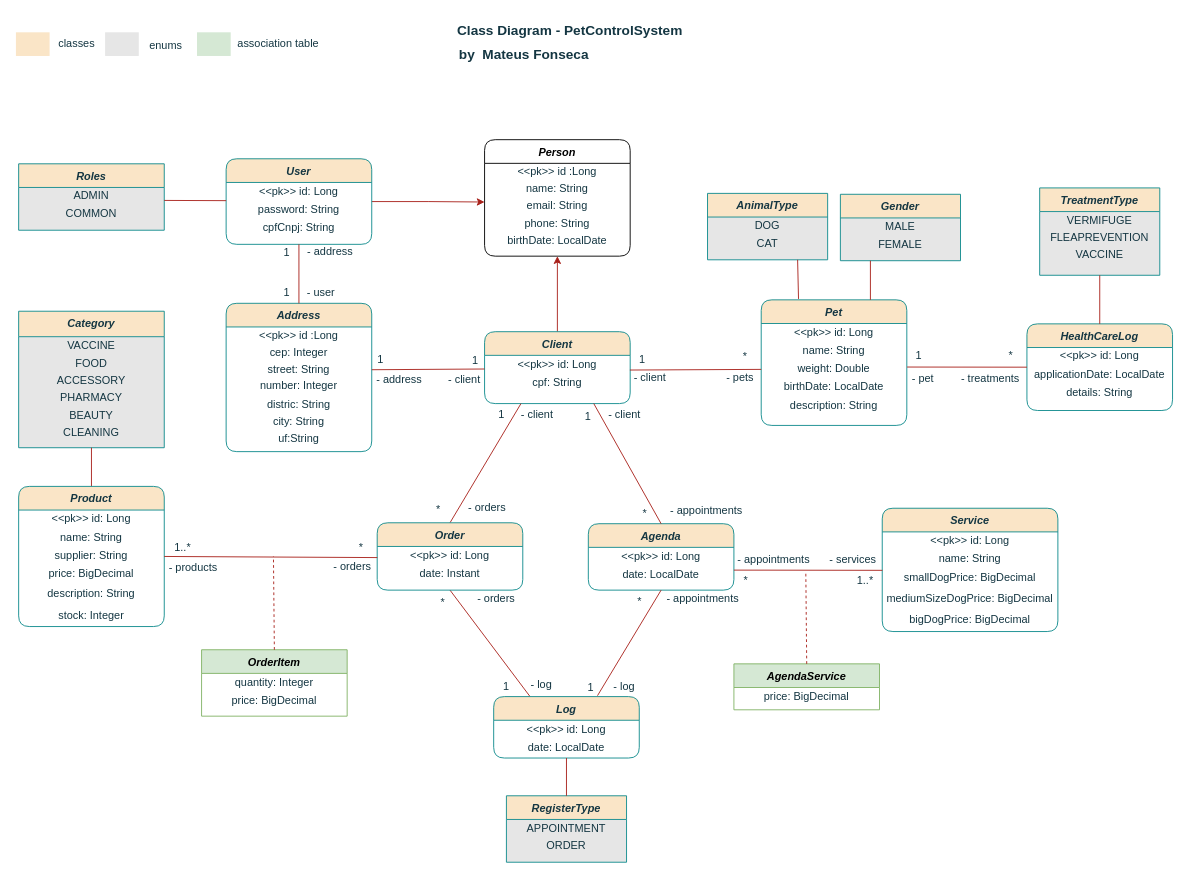
Earlier version of the draw.io diagram diagrams/class-diagram.drawio (mateusf-prog/petcontrol-system). Source tidied: cells renumbered, new cells numbered last; positions are measured from the earlier drawing's top-left corner, leaving out a move shared by most shapes. Both pictures are drawn from the tidied source at 91%, with x=0, y=0 at pixel (15, 15).
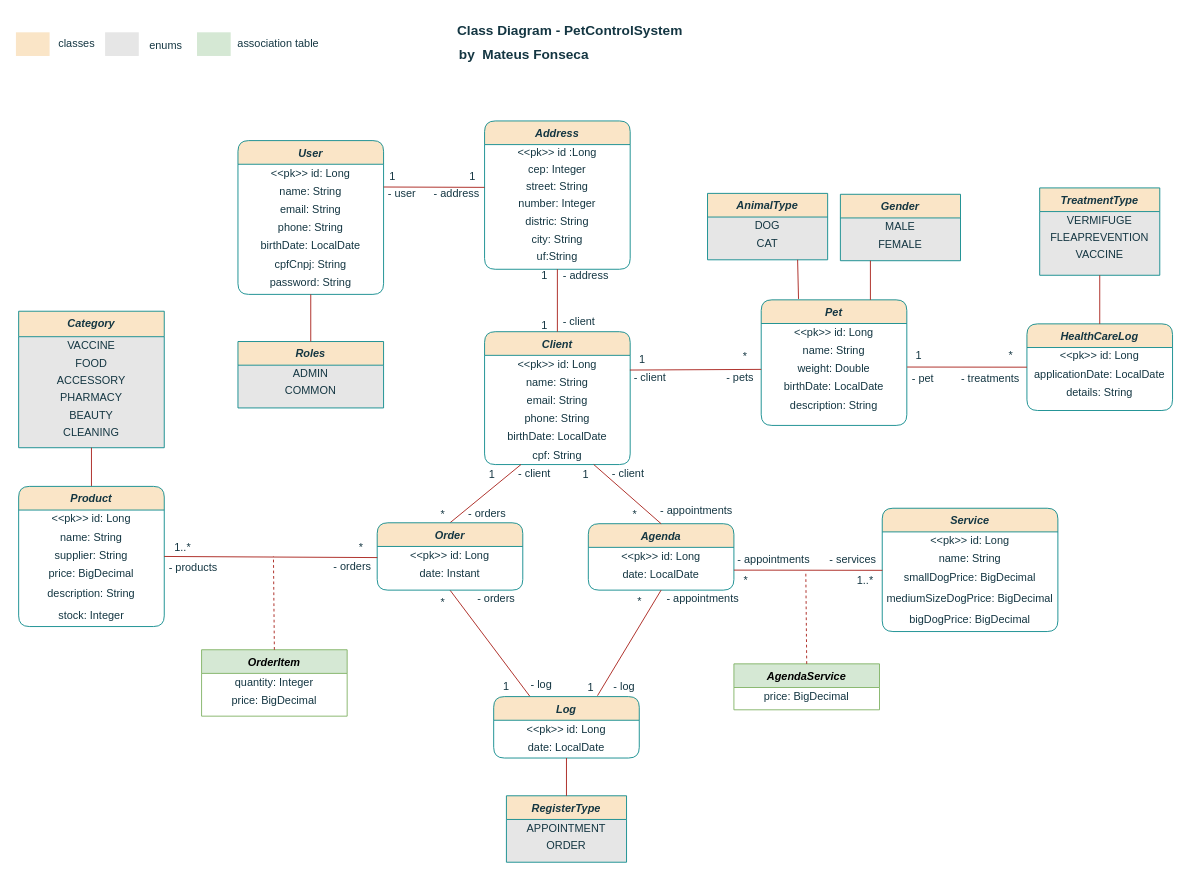
The same page after the edit.

Commit message (it also covers changes not shown here):
updated diagrams without Person

Unchanged cells that the change refers to:
```xml
<mxCell id="24" value="&amp;lt;&amp;lt;pk&amp;gt;&amp;gt; id: Long" style="text;html=1;align=center;verticalAlign=middle;whiteSpace=wrap;rounded=1;labelBackgroundColor=none;fontColor=#143642;" parent="23" vertex="1">
  <mxGeometry y="26" width="160" height="20" as="geometry" />
</mxCell>
<mxCell id="59" value="ADMIN" style="text;html=1;align=center;verticalAlign=middle;whiteSpace=wrap;rounded=1;labelBackgroundColor=none;fontColor=#143642;" parent="58" vertex="1">
  <mxGeometry y="26" width="160" height="19" as="geometry" />
</mxCell>
<mxCell id="108" value="street: String" style="text;html=1;align=center;verticalAlign=middle;whiteSpace=wrap;rounded=1;labelBackgroundColor=none;fontColor=#143642;" parent="105" vertex="1">
  <mxGeometry y="64" width="160" height="18" as="geometry" />
</mxCell>
```

Change to the diagram source:
```diff
@@
-    <mxCell id="11" value="Person" style="swimlane;fontStyle=3;align=center;verticalAlign=top;horizontal=1;startSize=26;rounded=1;shadow=0;strokeWidth=1;labelBackgroundColor=none;swimlaneFillColor=none;" parent="1" vertex="1">
-      <mxGeometry x="515" y="136" width="160" height="128" as="geometry" />
-    </mxCell>
-    <mxCell id="12" value="&amp;lt;&amp;lt;pk&amp;gt;&amp;gt; id :Long" style="text;html=1;align=center;verticalAlign=middle;whiteSpace=wrap;rounded=1;labelBackgroundColor=none;fontColor=#143642;" parent="11" vertex="1">
-      <mxGeometry y="26" width="160" height="18" as="geometry" />
-    </mxCell>
-    <mxCell id="13" value="name: String" style="text;html=1;align=center;verticalAlign=middle;whiteSpace=wrap;rounded=1;labelBackgroundColor=none;fontColor=#143642;" parent="11" vertex="1">
-      <mxGeometry y="44" width="160" height="20" as="geometry" />
-    </mxCell>
-    <mxCell id="14" value="email: String" style="text;html=1;align=center;verticalAlign=middle;whiteSpace=wrap;rounded=1;labelBackgroundColor=none;fontColor=#143642;" parent="11" vertex="1">
-      <mxGeometry y="64" width="160" height="18" as="geometry" />
-    </mxCell>
-    <mxCell id="15" value="phone: String" style="text;html=1;align=center;verticalAlign=middle;whiteSpace=wrap;rounded=1;labelBackgroundColor=none;fontColor=#143642;" parent="11" vertex="1">
-      <mxGeometry y="82" width="160" height="19" as="geometry" />
-    </mxCell>
-    <mxCell id="16" value="birthDate: LocalDate" style="text;html=1;align=center;verticalAlign=middle;whiteSpace=wrap;rounded=1;labelBackgroundColor=none;fontColor=#143642;" parent="11" vertex="1">
-      <mxGeometry y="101" width="160" height="20" as="geometry" />
-    </mxCell>
-    <mxCell id="17" style="edgeStyle=orthogonalEdgeStyle;rounded=0;jettySize=auto;html=1;entryX=0;entryY=0.25;entryDx=0;entryDy=0;strokeColor=#A8201A;fontColor=#143642;fillColor=#FAE5C7;" parent="1" edge="1" source="18" target="14">
-      <mxGeometry relative="1" as="geometry" />
-    </mxCell>
     <mxCell id="18" value="User" style="swimlane;fontStyle=3;align=center;verticalAlign=top;horizontal=1;startSize=26;rounded=1;shadow=0;strokeWidth=1;labelBackgroundColor=none;fillColor=#FAE5C7;strokeColor=#0F8B8D;fontColor=#143642;" parent="1" vertex="1">
-      <mxGeometry x="231" y="157" width="160" height="94" as="geometry" />
+      <mxGeometry x="244" y="137" width="160" height="169" as="geometry" />
     </mxCell>
@@
-    <mxCell id="20" value="password: String" style="text;html=1;align=center;verticalAlign=middle;whiteSpace=wrap;rounded=1;labelBackgroundColor=none;fontColor=#143642;" parent="18" vertex="1">
+    <mxCell id="20" value="name: String" style="text;html=1;align=center;verticalAlign=middle;whiteSpace=wrap;rounded=1;labelBackgroundColor=none;fontColor=#143642;" parent="18" vertex="1">
       <mxGeometry y="46" width="160" height="20" as="geometry" />
     </mxCell>
-    <mxCell id="21" value="cpfCnpj: String" style="text;html=1;align=center;verticalAlign=middle;whiteSpace=wrap;rounded=1;labelBackgroundColor=none;fontColor=#143642;" parent="18" vertex="1">
+    <mxCell id="21" value="&lt;div&gt;email: String&lt;/div&gt;" style="text;html=1;align=center;verticalAlign=middle;whiteSpace=wrap;rounded=1;labelBackgroundColor=none;fontColor=#143642;" parent="18" vertex="1">
       <mxGeometry y="66" width="160" height="20" as="geometry" />
     </mxCell>
-    <mxCell id="22" style="edgeStyle=orthogonalEdgeStyle;rounded=0;jettySize=auto;html=1;entryX=0.5;entryY=1;entryDx=0;entryDy=0;strokeColor=#A8201A;fontColor=#143642;fillColor=#FAE5C7;" parent="1" edge="1" source="23" target="11">
-      <mxGeometry relative="1" as="geometry" />
-    </mxCell>
+    <mxCell id="156" value="phone: String" style="text;html=1;align=center;verticalAlign=middle;whiteSpace=wrap;rounded=1;labelBackgroundColor=none;fontColor=#143642;" parent="18" vertex="1">
+      <mxGeometry y="86" width="160" height="20" as="geometry" />
+    </mxCell>
+    <mxCell id="157" value="birthDate: LocalDate" style="text;html=1;align=center;verticalAlign=middle;whiteSpace=wrap;rounded=1;labelBackgroundColor=none;fontColor=#143642;" parent="18" vertex="1">
+      <mxGeometry y="106" width="160" height="20" as="geometry" />
+    </mxCell>
+    <mxCell id="158" value="cpfCnpj: String" style="text;html=1;align=center;verticalAlign=middle;whiteSpace=wrap;rounded=1;labelBackgroundColor=none;fontColor=#143642;" parent="18" vertex="1">
+      <mxGeometry y="126" width="160" height="20" as="geometry" />
+    </mxCell>
+    <mxCell id="159" value="password: String" style="text;html=1;align=center;verticalAlign=middle;whiteSpace=wrap;rounded=1;labelBackgroundColor=none;fontColor=#143642;" parent="18" vertex="1">
+      <mxGeometry y="146" width="160" height="20" as="geometry" />
+    </mxCell>
     <mxCell id="23" value="Client" style="swimlane;fontStyle=3;align=center;verticalAlign=top;horizontal=1;startSize=26;rounded=1;shadow=0;strokeWidth=1;labelBackgroundColor=none;fillColor=#FAE5C7;strokeColor=#0F8B8D;fontColor=#143642;" parent="1" vertex="1">
-      <mxGeometry x="515" y="347" width="160" height="79" as="geometry" />
+      <mxGeometry x="515" y="347" width="160" height="146" as="geometry" />
     </mxCell>
@@
+    <mxCell id="13" value="name: String" style="text;html=1;align=center;verticalAlign=middle;whiteSpace=wrap;rounded=1;labelBackgroundColor=none;fontColor=#143642;" parent="23" vertex="1">
+      <mxGeometry y="46" width="160" height="20" as="geometry" />
+    </mxCell>
+    <mxCell id="14" value="&lt;div&gt;email: String&lt;/div&gt;" style="text;html=1;align=center;verticalAlign=middle;whiteSpace=wrap;rounded=1;labelBackgroundColor=none;fontColor=#143642;" parent="23" vertex="1">
+      <mxGeometry y="66" width="160" height="20" as="geometry" />
+    </mxCell>
+    <mxCell id="160" value="phone: String" style="text;html=1;align=center;verticalAlign=middle;whiteSpace=wrap;rounded=1;labelBackgroundColor=none;fontColor=#143642;" parent="23" vertex="1">
+      <mxGeometry y="86" width="160" height="20" as="geometry" />
+    </mxCell>
+    <mxCell id="161" value="birthDate: LocalDate" style="text;html=1;align=center;verticalAlign=middle;whiteSpace=wrap;rounded=1;labelBackgroundColor=none;fontColor=#143642;" parent="23" vertex="1">
+      <mxGeometry y="106" width="160" height="20" as="geometry" />
+    </mxCell>
     <mxCell id="25" value="cpf: String" style="text;html=1;align=center;verticalAlign=middle;whiteSpace=wrap;rounded=1;labelBackgroundColor=none;fontColor=#143642;" parent="23" vertex="1">
-      <mxGeometry y="46" width="160" height="20" as="geometry" />
+      <mxGeometry y="126" width="160" height="20" as="geometry" />
     </mxCell>
@@
     <mxCell id="58" value="Roles" style="swimlane;fontStyle=3;align=center;verticalAlign=top;horizontal=1;startSize=26;rounded=0;shadow=0;strokeWidth=1;swimlaneFillColor=#E6E6E6;labelBackgroundColor=none;fillColor=#FAE5C7;strokeColor=#0F8B8D;fontColor=#143642;" parent="1" vertex="1">
-      <mxGeometry x="3" y="162.5" width="160" height="73" as="geometry" />
+      <mxGeometry x="244" y="357.8" width="160" height="73" as="geometry" />
     </mxCell>
@@
-    <mxCell id="61" style="endArrow=none;html=1;rounded=1;exitX=0;exitY=0;exitDx=0;exitDy=0;entryX=1;entryY=0.75;entryDx=0;entryDy=0;labelBackgroundColor=none;fontColor=default;strokeColor=#A8201A;" parent="1" edge="1" source="20" target="59">
+    <mxCell id="61" style="endArrow=none;html=1;rounded=1;exitX=0.5;exitY=1;exitDx=0;exitDy=0;entryX=0.5;entryY=0;entryDx=0;entryDy=0;labelBackgroundColor=none;fontColor=default;strokeColor=#A8201A;" parent="1" edge="1" source="18" target="58">
       <mxGeometry relative="1" as="geometry" />
     </mxCell>
@@
-    <mxCell id="76" value="1" style="text;html=1;align=center;verticalAlign=middle;whiteSpace=wrap;rounded=1;labelBackgroundColor=none;fontColor=#143642;" parent="1" vertex="1">
-      <mxGeometry x="528" y="427.8" width="12" height="21" as="geometry" />
-    </mxCell>
     <mxCell id="77" value="*" style="text;html=1;align=center;verticalAlign=middle;whiteSpace=wrap;rounded=1;labelBackgroundColor=none;fontColor=#143642;" parent="1" vertex="1">
-      <mxGeometry x="446.5" y="532" width="35" height="21" as="geometry" />
+      <mxGeometry x="452" y="537" width="35" height="21" as="geometry" />
     </mxCell>
     <mxCell id="78" value="- orders" style="text;html=1;align=center;verticalAlign=middle;whiteSpace=wrap;rounded=1;fontSize=12;labelBackgroundColor=none;fontColor=#143642;" parent="1" vertex="1">
-      <mxGeometry x="489" y="525" width="58" height="31" as="geometry" />
+      <mxGeometry x="489" y="531" width="58" height="31" as="geometry" />
     </mxCell>
     <mxCell id="79" value="- client" style="text;html=1;align=center;verticalAlign=middle;whiteSpace=wrap;rounded=1;labelBackgroundColor=none;fontColor=#143642;" parent="1" vertex="1">
-      <mxGeometry x="470" y="392" width="46" height="16.5" as="geometry" />
+      <mxGeometry x="596" y="327.9" width="46" height="16.5" as="geometry" />
     </mxCell>
@@
-    <mxCell id="100" value="- client" style="text;html=1;align=center;verticalAlign=middle;whiteSpace=wrap;rounded=1;labelBackgroundColor=none;fontColor=#143642;" parent="1" vertex="1">
-      <mxGeometry x="649" y="432.2" width="40" height="11.5" as="geometry" />
-    </mxCell>
     <mxCell id="101" value="*" style="text;html=1;align=center;verticalAlign=middle;whiteSpace=wrap;rounded=1;labelBackgroundColor=none;fontColor=#143642;" parent="1" vertex="1">
-      <mxGeometry x="674" y="536" width="35" height="21" as="geometry" />
+      <mxGeometry x="663" y="537" width="35" height="21" as="geometry" />
     </mxCell>
@@
     <mxCell id="105" value="Address" style="swimlane;fontStyle=3;align=center;verticalAlign=top;horizontal=1;startSize=26;rounded=1;shadow=0;strokeWidth=1;labelBackgroundColor=none;fillColor=#FAE5C7;strokeColor=#0F8B8D;swimlaneFillColor=none;fontColor=#143642;" parent="1" vertex="1">
-      <mxGeometry x="231" y="315.8" width="160" height="163" as="geometry" />
+      <mxGeometry x="515" y="115.4" width="160" height="163" as="geometry" />
     </mxCell>
@@
     <mxCell id="118" value="- appointments " style="text;html=1;align=center;verticalAlign=middle;whiteSpace=wrap;rounded=1;labelBackgroundColor=none;fontColor=#143642;" parent="1" vertex="1">
-      <mxGeometry x="711" y="534" width="96" height="20" as="geometry" />
+      <mxGeometry x="700" y="534" width="96" height="20" as="geometry" />
     </mxCell>
@@
-    <mxCell id="128" value="1" style="text;html=1;align=center;verticalAlign=middle;whiteSpace=wrap;rounded=1;labelBackgroundColor=none;fontColor=#143642;" parent="1" vertex="1">
-      <mxGeometry x="623" y="429.8" width="12" height="21" as="geometry" />
-    </mxCell>
-    <mxCell id="129" style="endArrow=none;html=1;rounded=1;entryX=1;entryY=0.5;entryDx=0;entryDy=0;labelBackgroundColor=none;fontColor=default;strokeColor=#A8201A;exitX=0;exitY=0.75;exitDx=0;exitDy=0;" parent="1" edge="1" source="24" target="108">
-      <mxGeometry relative="1" as="geometry" />
-    </mxCell>
-    <mxCell id="130" style="endArrow=none;html=1;rounded=1;entryX=0.5;entryY=0;entryDx=0;entryDy=0;labelBackgroundColor=none;fontColor=default;strokeColor=#A8201A;exitX=0.5;exitY=1;exitDx=0;exitDy=0;" parent="1" edge="1" source="18" target="105">
-      <mxGeometry relative="1" as="geometry" />
-    </mxCell>
-    <mxCell id="131" value="1" style="text;html=1;align=center;verticalAlign=middle;whiteSpace=wrap;rounded=1;labelBackgroundColor=none;fontColor=#143642;" parent="1" vertex="1">
-      <mxGeometry x="395" y="370" width="12" height="15.6" as="geometry" />
-    </mxCell>
-    <mxCell id="132" value="- address" style="text;html=1;align=center;verticalAlign=middle;whiteSpace=wrap;rounded=1;labelBackgroundColor=none;fontColor=#143642;" parent="1" vertex="1">
-      <mxGeometry x="391" y="395" width="61" height="9.9" as="geometry" />
-    </mxCell>
     <mxCell id="133" value="1" style="text;html=1;align=center;verticalAlign=middle;whiteSpace=wrap;rounded=1;labelBackgroundColor=none;fontColor=#143642;" parent="1" vertex="1">
-      <mxGeometry x="499" y="374.8" width="12" height="8.6" as="geometry" />
+      <mxGeometry x="575" y="282" width="12" height="8.6" as="geometry" />
     </mxCell>
-    <mxCell id="134" value="- client" style="text;html=1;align=center;verticalAlign=middle;whiteSpace=wrap;rounded=1;labelBackgroundColor=none;fontColor=#143642;" parent="1" vertex="1">
-      <mxGeometry x="550" y="430" width="46" height="16.5" as="geometry" />
-    </mxCell>
     <mxCell id="135" value="1" style="text;html=1;align=center;verticalAlign=middle;whiteSpace=wrap;rounded=1;labelBackgroundColor=none;fontColor=#143642;" parent="1" vertex="1">
-      <mxGeometry x="292" y="252.4" width="12" height="15.6" as="geometry" />
+      <mxGeometry x="408" y="169.4" width="12" height="15.6" as="geometry" />
     </mxCell>
     <mxCell id="136" value="1" style="text;html=1;align=center;verticalAlign=middle;whiteSpace=wrap;rounded=1;labelBackgroundColor=none;fontColor=#143642;" parent="1" vertex="1">
-      <mxGeometry x="292" y="296.4" width="12" height="15.6" as="geometry" />
+      <mxGeometry x="496" y="169.4" width="12" height="15.6" as="geometry" />
     </mxCell>
     <mxCell id="137" value="- address" style="text;html=1;align=center;verticalAlign=middle;whiteSpace=wrap;rounded=1;labelBackgroundColor=none;fontColor=#143642;" parent="1" vertex="1">
-      <mxGeometry x="315" y="254.1" width="61" height="9.9" as="geometry" />
+      <mxGeometry x="454" y="191" width="61" height="9.9" as="geometry" />
     </mxCell>
     <mxCell id="138" value="- user" style="text;html=1;align=center;verticalAlign=middle;whiteSpace=wrap;rounded=1;labelBackgroundColor=none;fontColor=#143642;" parent="1" vertex="1">
-      <mxGeometry x="315" y="295.9" width="41" height="16.5" as="geometry" />
+      <mxGeometry x="404" y="187.7" width="41" height="16.5" as="geometry" />
     </mxCell>
@@
+    <mxCell id="162" style="endArrow=none;html=1;rounded=1;exitX=0;exitY=0.5;exitDx=0;exitDy=0;entryX=1;entryY=0.25;entryDx=0;entryDy=0;labelBackgroundColor=none;fontColor=default;strokeColor=#A8201A;" parent="1" edge="1" source="108" target="20">
+      <mxGeometry relative="1" as="geometry" />
+    </mxCell>
+    <mxCell id="163" style="endArrow=none;html=1;rounded=1;exitX=0.5;exitY=1;exitDx=0;exitDy=0;entryX=0.5;entryY=0;entryDx=0;entryDy=0;labelBackgroundColor=none;fontColor=default;strokeColor=#A8201A;" parent="1" edge="1" source="105" target="23">
+      <mxGeometry relative="1" as="geometry" />
+    </mxCell>
+    <mxCell id="164" value="1" style="text;html=1;align=center;verticalAlign=middle;whiteSpace=wrap;rounded=1;labelBackgroundColor=none;fontColor=#143642;" parent="1" vertex="1">
+      <mxGeometry x="575" y="335.8" width="12" height="8.6" as="geometry" />
+    </mxCell>
+    <mxCell id="132" value="- address" style="text;html=1;align=center;verticalAlign=middle;whiteSpace=wrap;rounded=1;labelBackgroundColor=none;fontColor=#143642;" parent="1" vertex="1">
+      <mxGeometry x="596" y="280.8" width="61" height="9.9" as="geometry" />
+    </mxCell>
+    <mxCell id="165" value="- client" style="text;html=1;align=center;verticalAlign=middle;whiteSpace=wrap;rounded=1;labelBackgroundColor=none;fontColor=#143642;" parent="1" vertex="1">
+      <mxGeometry x="644" y="497" width="58" height="12" as="geometry" />
+    </mxCell>
+    <mxCell id="166" value="1" style="text;html=1;align=center;verticalAlign=middle;whiteSpace=wrap;rounded=1;labelBackgroundColor=none;fontColor=#143642;" parent="1" vertex="1">
+      <mxGeometry x="609" y="499" width="35" height="10.8" as="geometry" />
+    </mxCell>
+    <mxCell id="167" value="1" style="text;html=1;align=center;verticalAlign=middle;whiteSpace=wrap;rounded=1;labelBackgroundColor=none;fontColor=#143642;" parent="1" vertex="1">
+      <mxGeometry x="506" y="498.6" width="35" height="10.8" as="geometry" />
+    </mxCell>
+    <mxCell id="168" value="- client" style="text;html=1;align=center;verticalAlign=middle;whiteSpace=wrap;rounded=1;labelBackgroundColor=none;fontColor=#143642;" parent="1" vertex="1">
+      <mxGeometry x="541" y="496.6" width="58" height="12" as="geometry" />
+    </mxCell>
```
